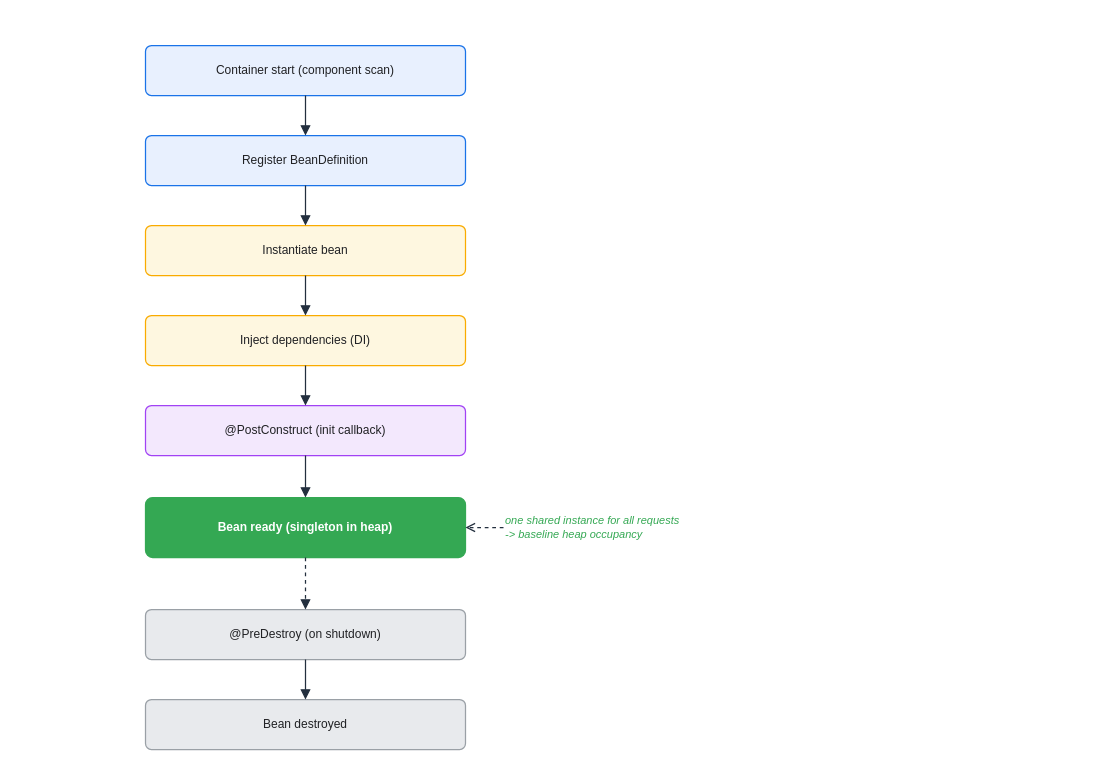
This is assets/img/spring/spring-04-bean-lifecycle.drawio from KKamJi98/kkamji98.github.io, a draw.io file, before an edit. Source tidied: cells renumbered, new cells numbered last; positions are measured from the earlier drawing's top-left corner, leaving out a move shared by most shapes. Both pictures are drawn from the tidied source at 100%, with x=0, y=0 at pixel (145, 45).
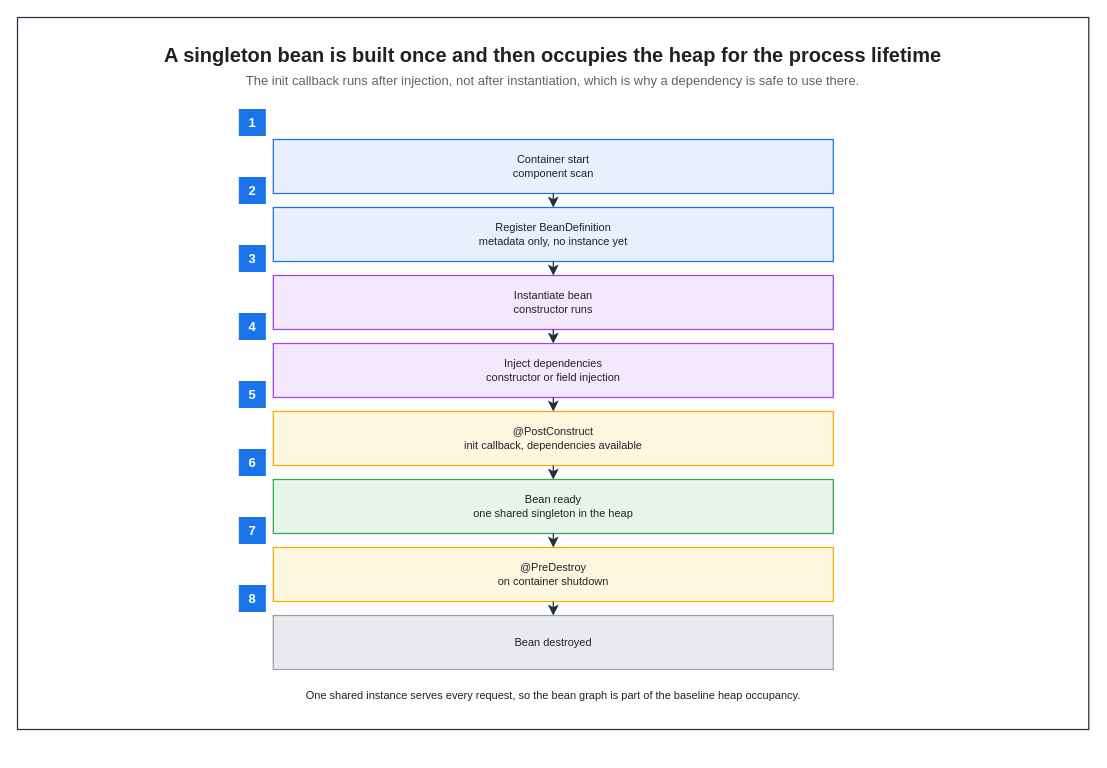
The same page after the edit.

Diff of the diagram source:
```diff
@@
+    <mxCell id="19" style="rounded=0;html=0;fillColor=none;strokeColor=#232F3E;fontColor=#202124;strokeWidth=1.25;" parent="1" vertex="1">
+      <mxGeometry x="-128" y="-28" width="1071.3" height="712" as="geometry" />
+    </mxCell>
+    <mxCell id="20" value="A singleton bean is built once and then occupies the heap for the process lifetime" style="text;html=0;whiteSpace=wrap;fillColor=none;strokeColor=none;fontColor=#202124;fontSize=20;fontStyle=1;align=center;verticalAlign=middle;" parent="1" vertex="1">
+      <mxGeometry x="-106" y="-6" width="1027.3" height="30" as="geometry" />
+    </mxCell>
+    <mxCell id="21" value="The init callback runs after injection, not after instantiation, which is why a dependency is safe to use there." style="text;html=0;whiteSpace=wrap;fillColor=none;strokeColor=none;fontColor=#5F6368;fontSize=13;fontStyle=0;align=center;verticalAlign=middle;" parent="1" vertex="1">
+      <mxGeometry x="-106" y="24" width="1027.3" height="22" as="geometry" />
+    </mxCell>
-    <mxCell id="2" value="Container start (component scan)" style="rounded=1;whiteSpace=wrap;html=0;arcSize=12;shadow=0;fillColor=#E8F0FE;strokeColor=#1A73E8;fontColor=#202124;strokeWidth=1.25;" parent="1" vertex="1">
-      <mxGeometry width="320" height="50" as="geometry" />
+    <mxCell id="2" value="Container start&#10;component scan" style="rounded=0;whiteSpace=wrap;html=0;fillColor=#E8F0FE;strokeColor=#1A73E8;fontColor=#202124;fontSize=11;fontStyle=0;align=center;verticalAlign=middle;spacingLeft=6;spacingRight=6;strokeWidth=1.25;" parent="1" vertex="1">
+      <mxGeometry x="127.8" y="94" width="560" height="54" as="geometry" />
     </mxCell>
-    <mxCell id="3" value="Register BeanDefinition" style="rounded=1;whiteSpace=wrap;html=0;arcSize=12;shadow=0;fillColor=#E8F0FE;strokeColor=#1A73E8;fontColor=#202124;strokeWidth=1.25;" parent="1" vertex="1">
-      <mxGeometry y="90" width="320" height="50" as="geometry" />
+    <mxCell id="3" value="Register BeanDefinition&#10;metadata only, no instance yet" style="rounded=0;whiteSpace=wrap;html=0;fillColor=#E8F0FE;strokeColor=#1A73E8;fontColor=#202124;fontSize=11;fontStyle=0;align=center;verticalAlign=middle;spacingLeft=6;spacingRight=6;strokeWidth=1.25;" parent="1" vertex="1">
+      <mxGeometry x="127.8" y="162" width="560" height="54" as="geometry" />
     </mxCell>
-    <mxCell id="4" value="Instantiate bean" style="rounded=1;whiteSpace=wrap;html=0;arcSize=12;shadow=0;fillColor=#FEF7E0;strokeColor=#F9AB00;fontColor=#202124;strokeWidth=1.25;" parent="1" vertex="1">
-      <mxGeometry y="180" width="320" height="50" as="geometry" />
+    <mxCell id="4" value="Instantiate bean&#10;constructor runs" style="rounded=0;whiteSpace=wrap;html=0;fillColor=#F3E8FD;strokeColor=#A142F4;fontColor=#202124;fontSize=11;fontStyle=0;align=center;verticalAlign=middle;spacingLeft=6;spacingRight=6;strokeWidth=1.25;" parent="1" vertex="1">
+      <mxGeometry x="127.8" y="230" width="560" height="54" as="geometry" />
     </mxCell>
-    <mxCell id="5" value="Inject dependencies (DI)" style="rounded=1;whiteSpace=wrap;html=0;arcSize=12;shadow=0;fillColor=#FEF7E0;strokeColor=#F9AB00;fontColor=#202124;strokeWidth=1.25;" parent="1" vertex="1">
-      <mxGeometry y="270" width="320" height="50" as="geometry" />
+    <mxCell id="5" value="Inject dependencies&#10;constructor or field injection" style="rounded=0;whiteSpace=wrap;html=0;fillColor=#F3E8FD;strokeColor=#A142F4;fontColor=#202124;fontSize=11;fontStyle=0;align=center;verticalAlign=middle;spacingLeft=6;spacingRight=6;strokeWidth=1.25;" parent="1" vertex="1">
+      <mxGeometry x="127.8" y="298" width="560" height="54" as="geometry" />
     </mxCell>
-    <mxCell id="6" value="@PostConstruct (init callback)" style="rounded=1;whiteSpace=wrap;html=0;arcSize=12;shadow=0;fillColor=#F3E8FD;strokeColor=#A142F4;fontColor=#202124;strokeWidth=1.25;" parent="1" vertex="1">
-      <mxGeometry y="360" width="320" height="50" as="geometry" />
+    <mxCell id="6" value="@PostConstruct&#10;init callback, dependencies available" style="rounded=0;whiteSpace=wrap;html=0;fillColor=#FEF7E0;strokeColor=#F9AB00;fontColor=#202124;fontSize=11;fontStyle=0;align=center;verticalAlign=middle;spacingLeft=6;spacingRight=6;strokeWidth=1.25;" parent="1" vertex="1">
+      <mxGeometry x="127.8" y="366" width="560" height="54" as="geometry" />
     </mxCell>
-    <mxCell id="7" value="Bean ready (singleton in heap)" style="rounded=1;whiteSpace=wrap;html=0;arcSize=12;shadow=0;fillColor=#34A853;strokeColor=#34A853;fontColor=#FFFFFF;fontStyle=1;strokeWidth=1.25;" parent="1" vertex="1">
-      <mxGeometry y="452" width="320" height="60" as="geometry" />
+    <mxCell id="7" value="Bean ready&#10;one shared singleton in the heap" style="rounded=0;whiteSpace=wrap;html=0;fillColor=#E6F4EA;strokeColor=#34A853;fontColor=#202124;fontSize=11;fontStyle=0;align=center;verticalAlign=middle;spacingLeft=6;spacingRight=6;strokeWidth=1.25;" parent="1" vertex="1">
+      <mxGeometry x="127.8" y="434" width="560" height="54" as="geometry" />
     </mxCell>
-    <mxCell id="8" value="@PreDestroy (on shutdown)" style="rounded=1;whiteSpace=wrap;html=0;arcSize=12;shadow=0;fillColor=#E8EAED;strokeColor=#9AA0A6;fontColor=#202124;strokeWidth=1.25;" parent="1" vertex="1">
-      <mxGeometry y="564" width="320" height="50" as="geometry" />
+    <mxCell id="8" value="@PreDestroy&#10;on container shutdown" style="rounded=0;whiteSpace=wrap;html=0;fillColor=#FEF7E0;strokeColor=#F9AB00;fontColor=#202124;fontSize=11;fontStyle=0;align=center;verticalAlign=middle;spacingLeft=6;spacingRight=6;strokeWidth=1.25;" parent="1" vertex="1">
+      <mxGeometry x="127.8" y="502" width="560" height="54" as="geometry" />
     </mxCell>
-    <mxCell id="9" value="Bean destroyed" style="rounded=1;whiteSpace=wrap;html=0;arcSize=12;shadow=0;fillColor=#E8EAED;strokeColor=#9AA0A6;fontColor=#202124;strokeWidth=1.25;" parent="1" vertex="1">
-      <mxGeometry y="654" width="320" height="50" as="geometry" />
+    <mxCell id="9" value="Bean destroyed" style="rounded=0;whiteSpace=wrap;html=0;fillColor=#E8EAED;strokeColor=#9AA0A6;fontColor=#202124;fontSize=11;fontStyle=0;align=center;verticalAlign=middle;spacingLeft=6;spacingRight=6;strokeWidth=1.25;" parent="1" vertex="1">
+      <mxGeometry x="127.8" y="570" width="560" height="54" as="geometry" />
     </mxCell>
-    <mxCell id="10" value="one shared instance for all requests&#10;-&gt; baseline heap occupancy" style="text;html=0;align=left;verticalAlign=middle;whiteSpace=wrap;fontSize=11;fontColor=#34A853;fontStyle=2;" parent="1" vertex="1">
-      <mxGeometry x="358" y="452" width="220" height="60" as="geometry" />
-    </mxCell>
+    <mxCell id="22" value="One shared instance serves every request, so the bean graph is part of the baseline heap occupancy." style="text;html=0;whiteSpace=wrap;fillColor=none;strokeColor=none;fontColor=#202124;fontSize=11;fontStyle=0;align=center;verticalAlign=middle;" parent="1" vertex="1">
+      <mxGeometry x="85.8" y="638" width="644" height="24" as="geometry" />
+    </mxCell>
+    <mxCell id="23" value="1" style="rounded=0;whiteSpace=wrap;html=0;fillColor=#1A73E8;strokeColor=#1A73E8;fontColor=#FFFFFF;fontSize=13;fontStyle=1;align=center;verticalAlign=middle;" parent="1" vertex="1">
+      <mxGeometry x="93.8" y="64" width="26" height="26" as="geometry" />
+    </mxCell>
+    <mxCell id="24" value="2" style="rounded=0;whiteSpace=wrap;html=0;fillColor=#1A73E8;strokeColor=#1A73E8;fontColor=#FFFFFF;fontSize=13;fontStyle=1;align=center;verticalAlign=middle;" parent="1" vertex="1">
+      <mxGeometry x="93.8" y="132" width="26" height="26" as="geometry" />
+    </mxCell>
+    <mxCell id="25" value="3" style="rounded=0;whiteSpace=wrap;html=0;fillColor=#1A73E8;strokeColor=#1A73E8;fontColor=#FFFFFF;fontSize=13;fontStyle=1;align=center;verticalAlign=middle;" parent="1" vertex="1">
+      <mxGeometry x="93.8" y="200" width="26" height="26" as="geometry" />
+    </mxCell>
+    <mxCell id="26" value="4" style="rounded=0;whiteSpace=wrap;html=0;fillColor=#1A73E8;strokeColor=#1A73E8;fontColor=#FFFFFF;fontSize=13;fontStyle=1;align=center;verticalAlign=middle;" parent="1" vertex="1">
+      <mxGeometry x="93.8" y="268" width="26" height="26" as="geometry" />
+    </mxCell>
+    <mxCell id="27" value="5" style="rounded=0;whiteSpace=wrap;html=0;fillColor=#1A73E8;strokeColor=#1A73E8;fontColor=#FFFFFF;fontSize=13;fontStyle=1;align=center;verticalAlign=middle;" parent="1" vertex="1">
+      <mxGeometry x="93.8" y="336" width="26" height="26" as="geometry" />
+    </mxCell>
+    <mxCell id="28" value="6" style="rounded=0;whiteSpace=wrap;html=0;fillColor=#1A73E8;strokeColor=#1A73E8;fontColor=#FFFFFF;fontSize=13;fontStyle=1;align=center;verticalAlign=middle;" parent="1" vertex="1">
+      <mxGeometry x="93.8" y="404" width="26" height="26" as="geometry" />
+    </mxCell>
+    <mxCell id="29" value="7" style="rounded=0;whiteSpace=wrap;html=0;fillColor=#1A73E8;strokeColor=#1A73E8;fontColor=#FFFFFF;fontSize=13;fontStyle=1;align=center;verticalAlign=middle;" parent="1" vertex="1">
+      <mxGeometry x="93.8" y="472" width="26" height="26" as="geometry" />
+    </mxCell>
+    <mxCell id="30" value="8" style="rounded=0;whiteSpace=wrap;html=0;fillColor=#1A73E8;strokeColor=#1A73E8;fontColor=#FFFFFF;fontSize=13;fontStyle=1;align=center;verticalAlign=middle;" parent="1" vertex="1">
+      <mxGeometry x="93.8" y="540" width="26" height="26" as="geometry" />
+    </mxCell>
-    <mxCell id="11" style="edgeStyle=orthogonalEdgeStyle;rounded=1;html=0;strokeColor=#232F3E;fontColor=#202124;labelBackgroundColor=none;endArrow=block;exitX=0.5;exitY=1;exitDx=0;exitDy=0;entryX=0.5;entryY=0;entryDx=0;entryDy=0;strokeWidth=1.25;endSize=7;" parent="1" edge="1" source="2" target="3">
+    <mxCell id="11" style="edgeStyle=orthogonalEdgeStyle;rounded=0;html=0;strokeColor=#232F3E;strokeWidth=1.25;endArrow=classic;endFill=1;endSize=7;fontSize=11;fontColor=#202124;labelBackgroundColor=none;jettySize=14;exitX=0.5;exitY=1;entryX=0.5;entryY=0;exitDx=0;exitDy=0;entryDx=0;entryDy=0;" parent="1" edge="1" source="2" target="3">
       <mxGeometry relative="1" as="geometry" />
     </mxCell>
-    <mxCell id="12" style="edgeStyle=orthogonalEdgeStyle;rounded=1;html=0;strokeColor=#232F3E;fontColor=#202124;labelBackgroundColor=none;endArrow=block;exitX=0.5;exitY=1;exitDx=0;exitDy=0;entryX=0.5;entryY=0;entryDx=0;entryDy=0;strokeWidth=1.25;endSize=7;" parent="1" edge="1" source="3" target="4">
+    <mxCell id="12" style="edgeStyle=orthogonalEdgeStyle;rounded=0;html=0;strokeColor=#232F3E;strokeWidth=1.25;endArrow=classic;endFill=1;endSize=7;fontSize=11;fontColor=#202124;labelBackgroundColor=none;jettySize=14;exitX=0.5;exitY=1;entryX=0.5;entryY=0;exitDx=0;exitDy=0;entryDx=0;entryDy=0;" parent="1" edge="1" source="3" target="4">
       <mxGeometry relative="1" as="geometry" />
     </mxCell>
-    <mxCell id="13" style="edgeStyle=orthogonalEdgeStyle;rounded=1;html=0;strokeColor=#232F3E;fontColor=#202124;labelBackgroundColor=none;endArrow=block;exitX=0.5;exitY=1;exitDx=0;exitDy=0;entryX=0.5;entryY=0;entryDx=0;entryDy=0;strokeWidth=1.25;endSize=7;" parent="1" edge="1" source="4" target="5">
+    <mxCell id="13" style="edgeStyle=orthogonalEdgeStyle;rounded=0;html=0;strokeColor=#232F3E;strokeWidth=1.25;endArrow=classic;endFill=1;endSize=7;fontSize=11;fontColor=#202124;labelBackgroundColor=none;jettySize=14;exitX=0.5;exitY=1;entryX=0.5;entryY=0;exitDx=0;exitDy=0;entryDx=0;entryDy=0;" parent="1" edge="1" source="4" target="5">
       <mxGeometry relative="1" as="geometry" />
     </mxCell>
-    <mxCell id="14" style="edgeStyle=orthogonalEdgeStyle;rounded=1;html=0;strokeColor=#232F3E;fontColor=#202124;labelBackgroundColor=none;endArrow=block;exitX=0.5;exitY=1;exitDx=0;exitDy=0;entryX=0.5;entryY=0;entryDx=0;entryDy=0;strokeWidth=1.25;endSize=7;" parent="1" edge="1" source="5" target="6">
+    <mxCell id="14" style="edgeStyle=orthogonalEdgeStyle;rounded=0;html=0;strokeColor=#232F3E;strokeWidth=1.25;endArrow=classic;endFill=1;endSize=7;fontSize=11;fontColor=#202124;labelBackgroundColor=none;jettySize=14;exitX=0.5;exitY=1;entryX=0.5;entryY=0;exitDx=0;exitDy=0;entryDx=0;entryDy=0;" parent="1" edge="1" source="5" target="6">
       <mxGeometry relative="1" as="geometry" />
     </mxCell>
-    <mxCell id="15" style="edgeStyle=orthogonalEdgeStyle;rounded=1;html=0;strokeColor=#232F3E;fontColor=#202124;labelBackgroundColor=none;endArrow=block;exitX=0.5;exitY=1;exitDx=0;exitDy=0;entryX=0.5;entryY=0;entryDx=0;entryDy=0;strokeWidth=1.25;endSize=7;" parent="1" edge="1" source="6" target="7">
+    <mxCell id="15" style="edgeStyle=orthogonalEdgeStyle;rounded=0;html=0;strokeColor=#232F3E;strokeWidth=1.25;endArrow=classic;endFill=1;endSize=7;fontSize=11;fontColor=#202124;labelBackgroundColor=none;jettySize=14;exitX=0.5;exitY=1;entryX=0.5;entryY=0;exitDx=0;exitDy=0;entryDx=0;entryDy=0;" parent="1" edge="1" source="6" target="7">
       <mxGeometry relative="1" as="geometry" />
     </mxCell>
-    <mxCell id="16" style="edgeStyle=orthogonalEdgeStyle;rounded=1;html=0;dashed=1;strokeColor=#232F3E;fontColor=#202124;labelBackgroundColor=none;endArrow=block;exitX=0.5;exitY=1;exitDx=0;exitDy=0;entryX=0.5;entryY=0;entryDx=0;entryDy=0;strokeWidth=1.25;endSize=7;" parent="1" edge="1" source="7" target="8">
+    <mxCell id="16" style="edgeStyle=orthogonalEdgeStyle;rounded=0;html=0;strokeColor=#232F3E;strokeWidth=1.25;endArrow=classic;endFill=1;endSize=7;fontSize=11;fontColor=#202124;labelBackgroundColor=none;jettySize=14;exitX=0.5;exitY=1;entryX=0.5;entryY=0;exitDx=0;exitDy=0;entryDx=0;entryDy=0;" parent="1" edge="1" source="7" target="8">
       <mxGeometry relative="1" as="geometry" />
     </mxCell>
-    <mxCell id="17" style="edgeStyle=orthogonalEdgeStyle;rounded=1;html=0;strokeColor=#232F3E;fontColor=#202124;labelBackgroundColor=none;endArrow=block;exitX=0.5;exitY=1;exitDx=0;exitDy=0;entryX=0.5;entryY=0;entryDx=0;entryDy=0;strokeWidth=1.25;endSize=7;" parent="1" edge="1" source="8" target="9">
+    <mxCell id="17" style="edgeStyle=orthogonalEdgeStyle;rounded=0;html=0;strokeColor=#232F3E;strokeWidth=1.25;endArrow=classic;endFill=1;endSize=7;fontSize=11;fontColor=#202124;labelBackgroundColor=none;jettySize=14;exitX=0.5;exitY=1;entryX=0.5;entryY=0;exitDx=0;exitDy=0;entryDx=0;entryDy=0;" parent="1" edge="1" source="8" target="9">
       <mxGeometry relative="1" as="geometry" />
     </mxCell>
-    <mxCell id="18" style="edgeStyle=orthogonalEdgeStyle;rounded=1;html=0;dashed=1;strokeColor=#232F3E;fontColor=#202124;labelBackgroundColor=none;endArrow=open;endSize=7;exitX=0;exitY=0.5;exitDx=0;exitDy=0;entryX=1;entryY=0.5;entryDx=0;entryDy=0;strokeWidth=1.25;" parent="1" edge="1" source="10" target="7">
-      <mxGeometry relative="1" as="geometry" />
-    </mxCell>
```
